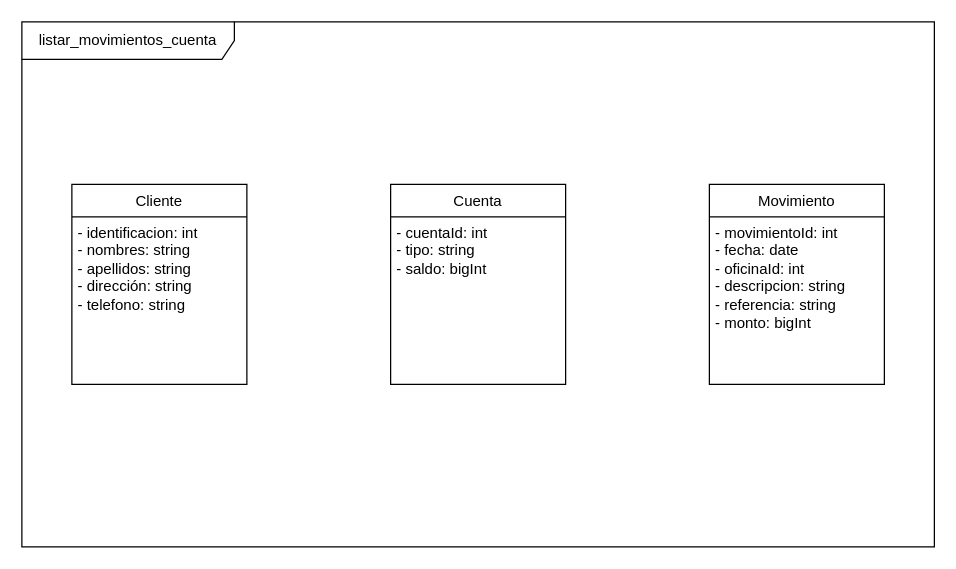
The draw.io diagram Untitled Diagram.drawio in joeburias/ddd_example, before the edit. Source tidied: cells renumbered, new cells numbered last; positions are measured from the earlier drawing's top-left corner, leaving out a move shared by most shapes. Both pictures are drawn from the tidied source at 125%, with x=0, y=0 at pixel (21, 21).
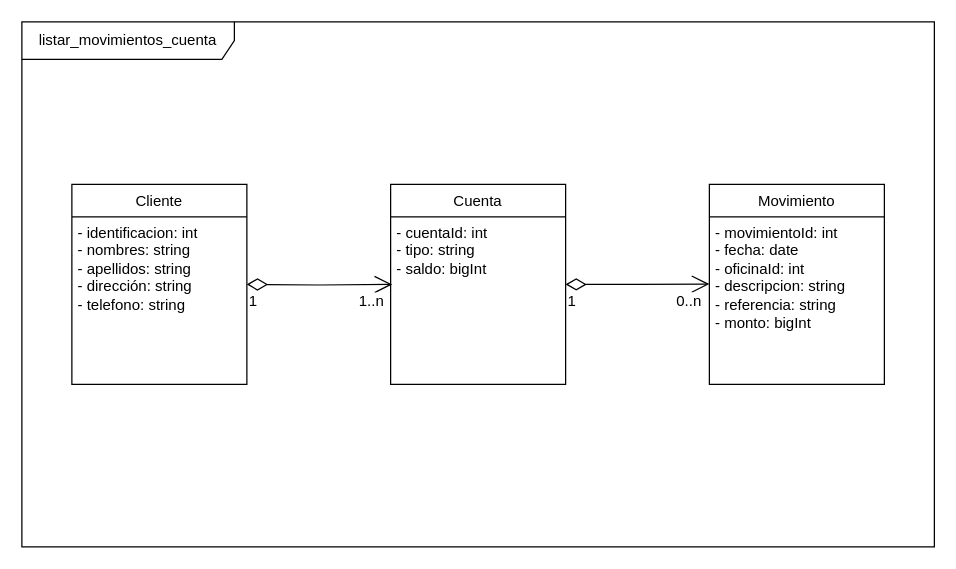
The same diagram, later.

Change to the diagram source:
```diff
@@
 <mxGraphModel>
   <root>
     <mxCell id="0" />
     <mxCell id="1" parent="0" />
     <mxCell id="2" value="listar_movimientos_cuenta" style="shape=umlFrame;whiteSpace=wrap;html=1;width=170;height=30;" parent="1" vertex="1">
       <mxGeometry width="730" height="420" as="geometry" />
     </mxCell>
     <mxCell id="3" value="Movimiento" style="swimlane;fontStyle=0;horizontal=1;startSize=26;fillColor=none;" parent="1" vertex="1">
       <mxGeometry x="550" y="130" width="140" height="160" as="geometry" />
     </mxCell>
     <mxCell id="4" value="- movimientoId: int&lt;br&gt;- fecha: date&lt;br&gt;- oficinaId: int&lt;br&gt;- descripcion: string&lt;br&gt;- referencia: string&lt;br&gt;- monto: bigInt" style="text;strokeColor=none;fillColor=none;align=left;verticalAlign=top;spacingLeft=4;spacingRight=4;overflow=hidden;spacing=1;spacingBottom=10;html=1;" parent="3" vertex="1">
       <mxGeometry y="26" width="140" height="134" as="geometry" />
     </mxCell>
     <mxCell id="5" value="Cuenta" style="swimlane;fontStyle=0;horizontal=1;startSize=26;fillColor=none;" parent="1" vertex="1">
       <mxGeometry x="295" y="130" width="140" height="160" as="geometry" />
     </mxCell>
     <mxCell id="6" value="- cuentaId: int&lt;br&gt;- tipo: string&lt;br&gt;- saldo: bigInt&lt;br&gt;" style="text;strokeColor=none;fillColor=none;align=left;verticalAlign=top;spacingLeft=4;spacingRight=4;overflow=hidden;points=[[0,0.5],[1,0.5]];portConstraint=eastwest;spacing=1;spacingBottom=10;html=1;" parent="5" vertex="1">
       <mxGeometry y="26" width="140" height="134" as="geometry" />
     </mxCell>
     <mxCell id="7" value="Cliente" style="swimlane;fontStyle=0;horizontal=1;startSize=26;fillColor=none;" parent="1" vertex="1">
       <mxGeometry x="40" y="130" width="140" height="160" as="geometry" />
     </mxCell>
     <mxCell id="8" value="- identificacion: int&lt;br&gt;- nombres: string&lt;br&gt;- apellidos: string&lt;br&gt;- dirección: string&lt;br&gt;- telefono: string" style="text;strokeColor=none;fillColor=none;align=left;verticalAlign=top;spacingLeft=4;spacingRight=4;overflow=hidden;spacing=1;spacingBottom=10;html=1;" parent="7" vertex="1">
       <mxGeometry y="26" width="140" height="134" as="geometry" />
     </mxCell>
+    <mxCell id="9" style="endArrow=open;html=1;endSize=12;startArrow=diamondThin;startSize=14;startFill=0;edgeStyle=orthogonalEdgeStyle;rounded=0;fontFamily=Helvetica;fontSize=12;fontColor=default;entryX=0.009;entryY=0.403;entryDx=0;entryDy=0;entryPerimeter=0;" parent="1" edge="1" target="6">
+      <mxGeometry relative="1" as="geometry">
+        <mxPoint x="180" y="210" as="sourcePoint" />
+      </mxGeometry>
+    </mxCell>
+    <mxCell id="10" value="1" style="edgeLabel;html=1;align=left;verticalAlign=top;fontFamily=Helvetica;fontSize=12;fontColor=default;fillColor=none;gradientColor=none;" parent="9" vertex="1">
+      <mxGeometry x="-1" relative="1" as="geometry" />
+    </mxCell>
+    <mxCell id="11" value="1..n" style="edgeLabel;html=1;align=right;verticalAlign=top;fontFamily=Helvetica;fontSize=12;fontColor=default;fillColor=none;gradientColor=none;" parent="9" vertex="1">
+      <mxGeometry x="1" relative="1" as="geometry">
+        <mxPoint x="-6" as="offset" />
+      </mxGeometry>
+    </mxCell>
+    <mxCell id="12" style="endArrow=open;html=1;endSize=12;startArrow=diamondThin;startSize=14;startFill=0;edgeStyle=orthogonalEdgeStyle;rounded=0;fontFamily=Helvetica;fontSize=12;fontColor=default;entryX=0.009;entryY=0.403;entryDx=0;entryDy=0;entryPerimeter=0;exitX=1;exitY=0.5;exitDx=0;exitDy=0;" parent="1" edge="1" source="5">
+      <mxGeometry relative="1" as="geometry">
+        <mxPoint x="550" y="209.8" as="targetPoint" />
+      </mxGeometry>
+    </mxCell>
+    <mxCell id="13" value="1" style="edgeLabel;html=1;align=left;verticalAlign=top;fontFamily=Helvetica;fontSize=12;fontColor=default;fillColor=none;gradientColor=none;" parent="12" vertex="1">
+      <mxGeometry x="-1" relative="1" as="geometry" />
+    </mxCell>
+    <mxCell id="14" value="0..n" style="edgeLabel;html=1;align=right;verticalAlign=top;fontFamily=Helvetica;fontSize=12;fontColor=default;fillColor=none;gradientColor=none;" parent="12" vertex="1">
+      <mxGeometry x="1" relative="1" as="geometry">
+        <mxPoint x="-6" as="offset" />
+      </mxGeometry>
+    </mxCell>
   </root>
 </mxGraphModel>
```
